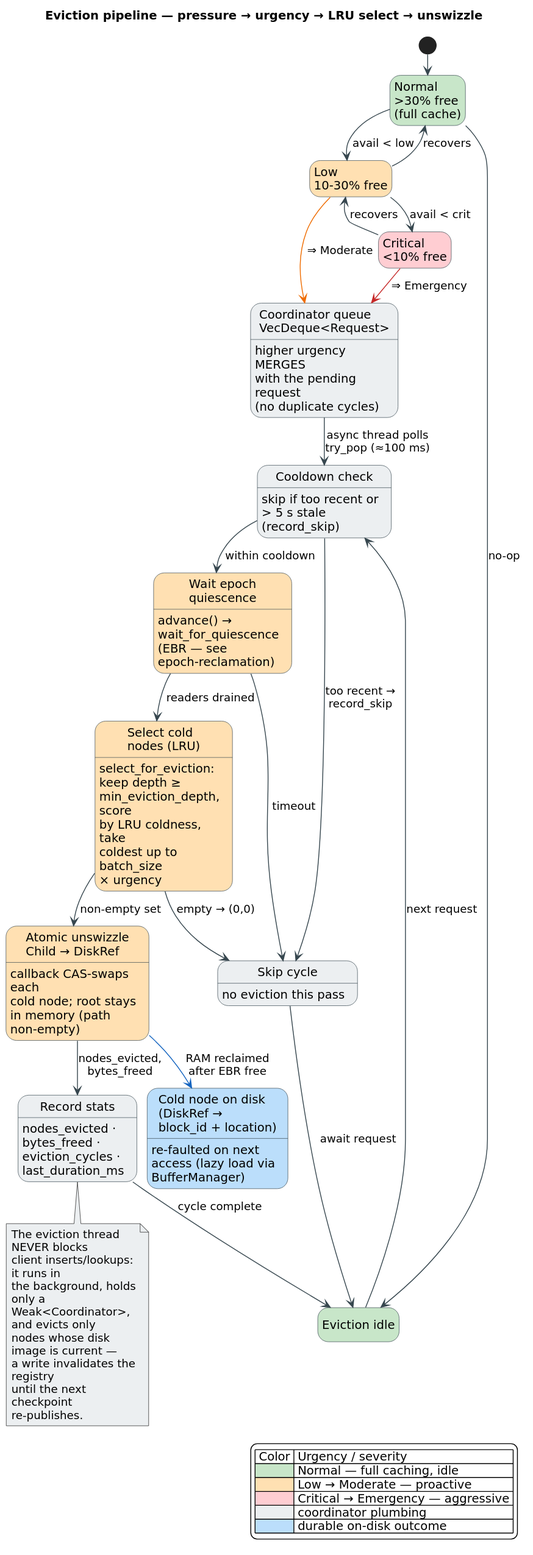
The PlantUML diagram docs/diagrams/eviction-pipeline.svg in vinary-tree/libdictenstein, before a commit. Its source is kept beside it as docs/diagrams/src/eviction-pipeline.puml.
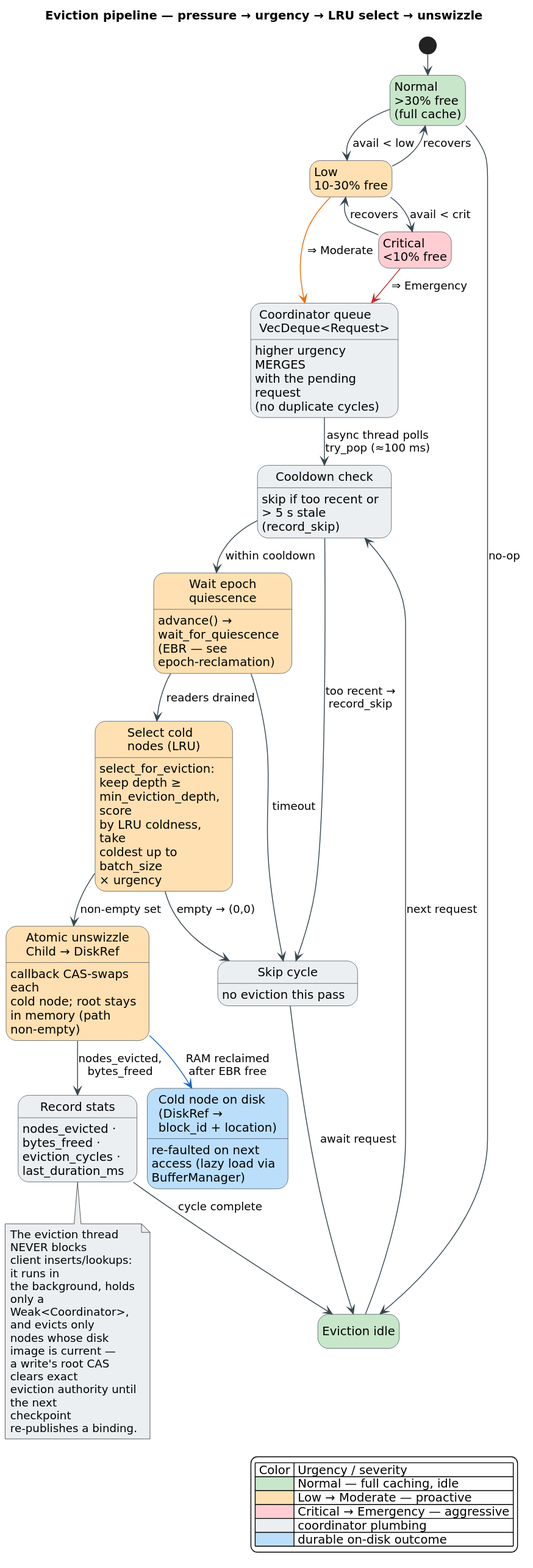
The same file after the commit.

What changed in the source:
```diff
@@ -57,8 +57,9 @@
   the background, holds only a
   Weak<Coordinator>, and evicts only
   nodes whose disk image is current —
-  a write invalidates the registry
-  until the next checkpoint re-publishes.
+  a write's root CAS clears exact
+  eviction authority until the next
+  checkpoint re-publishes a binding.
 end note
 
 legend right
```
